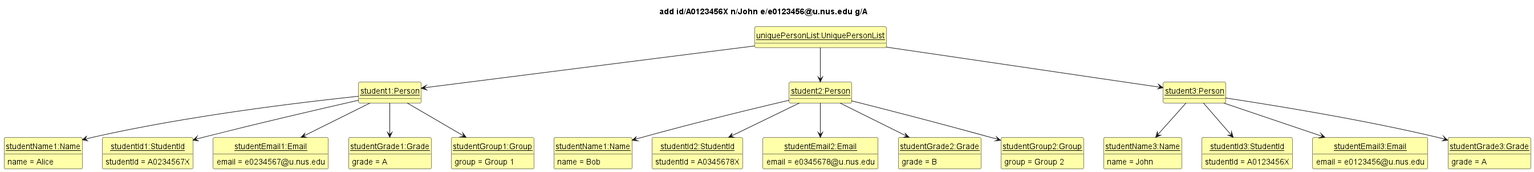
The PlantUML diagram docs/images/AddState2.png in willowisp01/tp, before a commit.
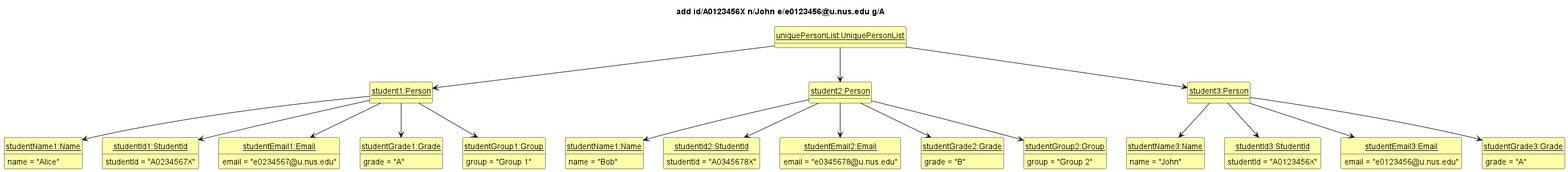
After the commit.

Commit message:
Update the AddState diagrams in DG

Change to the diagram source:
```diff
@@ -13,46 +13,46 @@
 class student2 as "<u>student2:Person</u>" {}
 class student3 as "<u>student3:Person</u>" {}
 class studentName1 as "<u>studentName1:Name</u>" {
-    name = Alice
+    name = "Alice"
 }
 class studentName2 as "<u>studentName1:Name</u>" {
-    name = Bob
+    name = "Bob"
 }
 class studentName3 as "<u>studentName3:Name</u>" {
-    name = John
+    name = "John"
 }
 class studentId1 as "<u>studentId1:StudentId</u>" {
-    studentId = A0234567X
+    studentId = "A0234567X"
 }
 class studentId2 as "<u>studentId2:StudentId</u>" {
-    studentId = A0345678X
+    studentId = "A0345678X"
 }
 class studentId3 as "<u>studentId3:StudentId</u>" {
-    studentId = A0123456X
+    studentId = "A0123456X"
 }
 class studentEmail1 as "<u>studentEmail1:Email</u>" {
-    email = e0234567@u.nus.edu
+    email = "e0234567@u.nus.edu"
 }
 class studentEmail2 as "<u>studentEmail2:Email</u>" {
-    email = e0345678@u.nus.edu
+    email = "e0345678@u.nus.edu"
 }
 class studentEmail3 as "<u>studentEmail3:Email</u>" {
-    email = e0123456@u.nus.edu
+    email = "e0123456@u.nus.edu"
 }
 class studentGrade1 as "<u>studentGrade1:Grade</u>" {
-    grade = A
+    grade = "A"
 }
 class studentGrade2 as "<u>studentGrade2:Grade</u>" {
-    grade = B
+    grade = "B"
 }
 class studentGrade3 as "<u>studentGrade3:Grade</u>" {
-    grade = A
+    grade = "A"
 }
 class studentGroup1 as "<u>studentGroup1:Group</u>" {
-    group = Group 1
+    group = "Group 1"
 }
 class studentGroup2 as "<u>studentGroup2:Group</u>" {
-    group = Group 2
+    group = "Group 2"
 }
 student1 -[hidden]right-> student2
 student2 -[hidden]right-> student3
```
